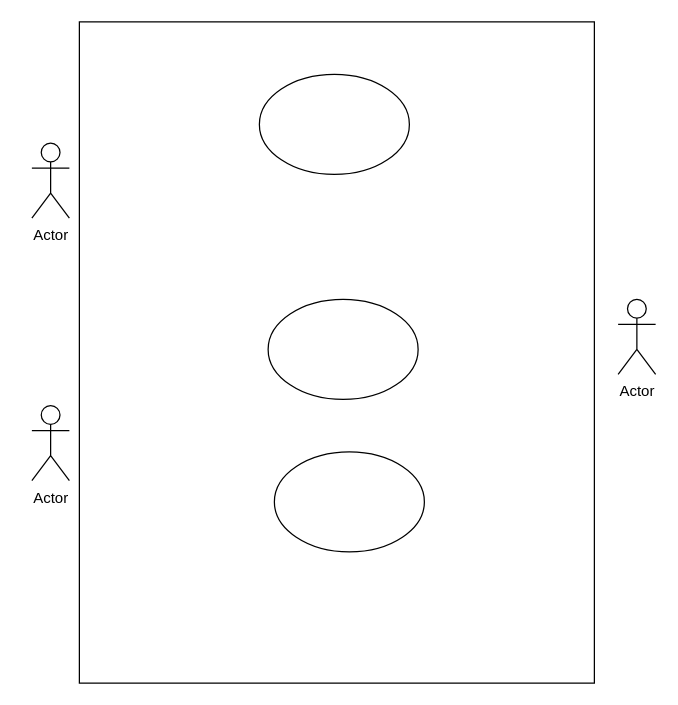
Before: page "Page-5" (5 of 5) of UseCaseDiagram.drawio in samoc2023/WebFrameWorkTest, a draw.io diagram. Source tidied: cells renumbered, new cells numbered last; positions are measured from the earlier drawing's top-left corner, leaving out a move shared by most shapes. Both pictures are drawn from the tidied source at 125%, with x=0, y=0 at pixel (31, 21).
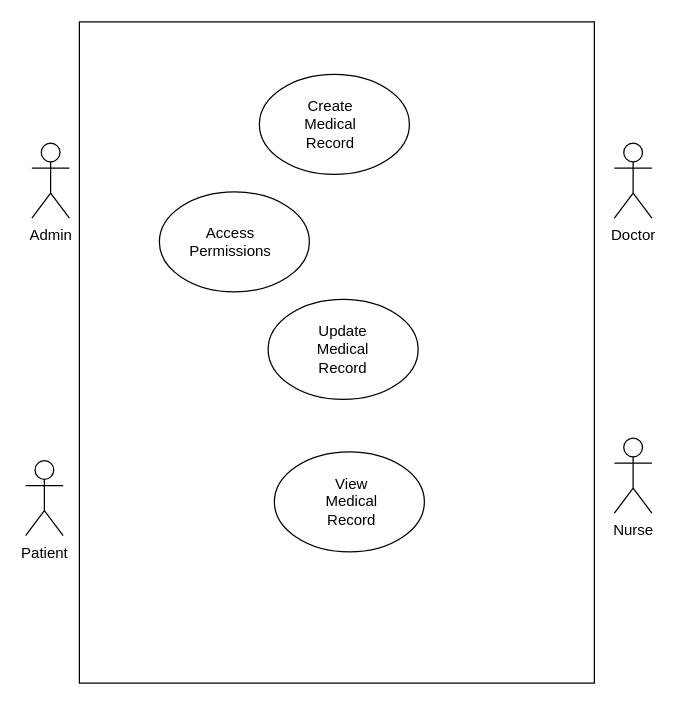
The same page after the edit.

Diff of the diagram source:
```diff
@@
 <mxGraphModel>
   <root>
     <mxCell id="0" />
     <mxCell id="1" parent="0" />
     <mxCell id="2" style="rounded=0;whiteSpace=wrap;html=1;" parent="1" vertex="1">
       <mxGeometry x="38" width="412" height="529" as="geometry" />
     </mxCell>
-    <mxCell id="3" value="Actor" style="shape=umlActor;verticalLabelPosition=bottom;verticalAlign=top;html=1;" parent="1" vertex="1">
+    <mxCell id="3" value="Admin" style="shape=umlActor;verticalLabelPosition=bottom;verticalAlign=top;html=1;" parent="1" vertex="1">
       <mxGeometry y="97" width="30" height="60" as="geometry" />
     </mxCell>
-    <mxCell id="4" value="Actor" style="shape=umlActor;verticalLabelPosition=bottom;verticalAlign=top;html=1;" parent="1" vertex="1">
-      <mxGeometry y="307" width="30" height="60" as="geometry" />
+    <mxCell id="4" value="Nurse" style="shape=umlActor;verticalLabelPosition=bottom;verticalAlign=top;html=1;" parent="1" vertex="1">
+      <mxGeometry x="466" y="333" width="30" height="60" as="geometry" />
     </mxCell>
-    <mxCell id="5" value="Actor" style="shape=umlActor;verticalLabelPosition=bottom;verticalAlign=top;html=1;" parent="1" vertex="1">
-      <mxGeometry x="469" y="222" width="30" height="60" as="geometry" />
+    <mxCell id="5" value="Doctor" style="shape=umlActor;verticalLabelPosition=bottom;verticalAlign=top;html=1;" parent="1" vertex="1">
+      <mxGeometry x="466" y="97" width="30" height="60" as="geometry" />
     </mxCell>
     <mxCell id="6" style="ellipse;whiteSpace=wrap;html=1;" parent="1" vertex="1">
       <mxGeometry x="182" y="42" width="120" height="80" as="geometry" />
     </mxCell>
     <mxCell id="7" style="ellipse;whiteSpace=wrap;html=1;" parent="1" vertex="1">
       <mxGeometry x="189" y="222" width="120" height="80" as="geometry" />
     </mxCell>
     <mxCell id="8" style="ellipse;whiteSpace=wrap;html=1;" parent="1" vertex="1">
       <mxGeometry x="194" y="344" width="120" height="80" as="geometry" />
     </mxCell>
+    <mxCell id="9" value="Patient" style="shape=umlActor;verticalLabelPosition=bottom;verticalAlign=top;html=1;" parent="1" vertex="1">
+      <mxGeometry x="-5" y="351" width="30" height="60" as="geometry" />
+    </mxCell>
+    <mxCell id="10" value="Create Medical Record" style="text;html=1;align=center;verticalAlign=middle;whiteSpace=wrap;rounded=0;" parent="1" vertex="1">
+      <mxGeometry x="209" y="67" width="60" height="30" as="geometry" />
+    </mxCell>
+    <mxCell id="11" value="Update Medical Record" style="text;html=1;align=center;verticalAlign=middle;whiteSpace=wrap;rounded=0;" parent="1" vertex="1">
+      <mxGeometry x="219" y="247" width="60" height="30" as="geometry" />
+    </mxCell>
+    <mxCell id="12" value="View Medical Record" style="text;html=1;align=center;verticalAlign=middle;whiteSpace=wrap;rounded=0;" parent="1" vertex="1">
+      <mxGeometry x="226" y="369" width="60" height="30" as="geometry" />
+    </mxCell>
+    <mxCell id="13" style="ellipse;whiteSpace=wrap;html=1;" parent="1" vertex="1">
+      <mxGeometry x="102" y="136" width="120" height="80" as="geometry" />
+    </mxCell>
+    <mxCell id="14" value="Access Permissions" style="text;html=1;align=center;verticalAlign=middle;whiteSpace=wrap;rounded=0;" parent="1" vertex="1">
+      <mxGeometry x="129" y="161" width="60" height="30" as="geometry" />
+    </mxCell>
   </root>
 </mxGraphModel>
```
